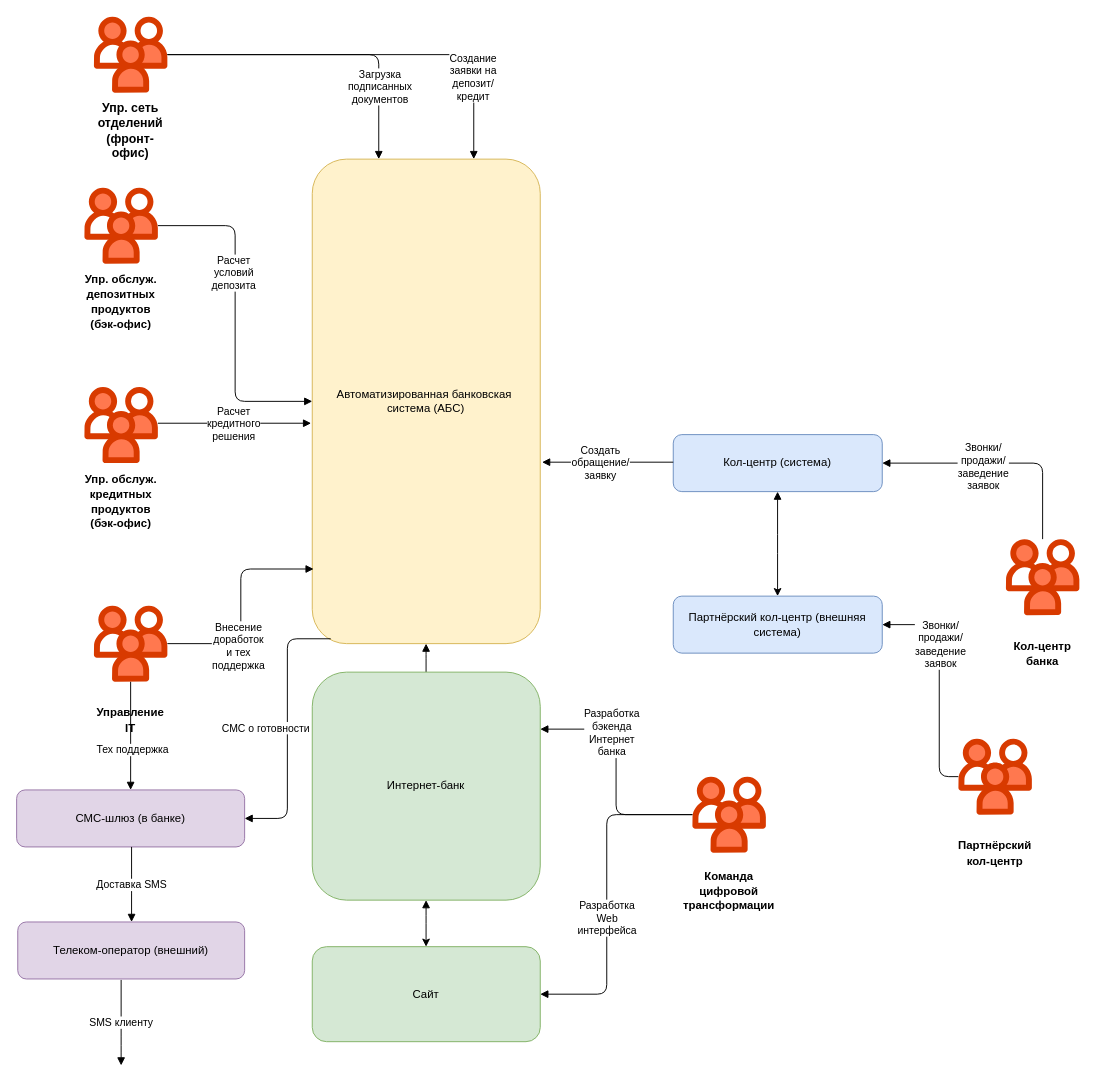
Above: task_1/integration_diagram.drawio in Irbiss555/architecture-standart (draw.io), before the change. Source tidied: cells renumbered, new cells numbered last; positions are measured from the earlier drawing's top-left corner, leaving out a move shared by most shapes. Both pictures are drawn from the tidied source at 95%, with x=0, y=0 at pixel (16, 16).
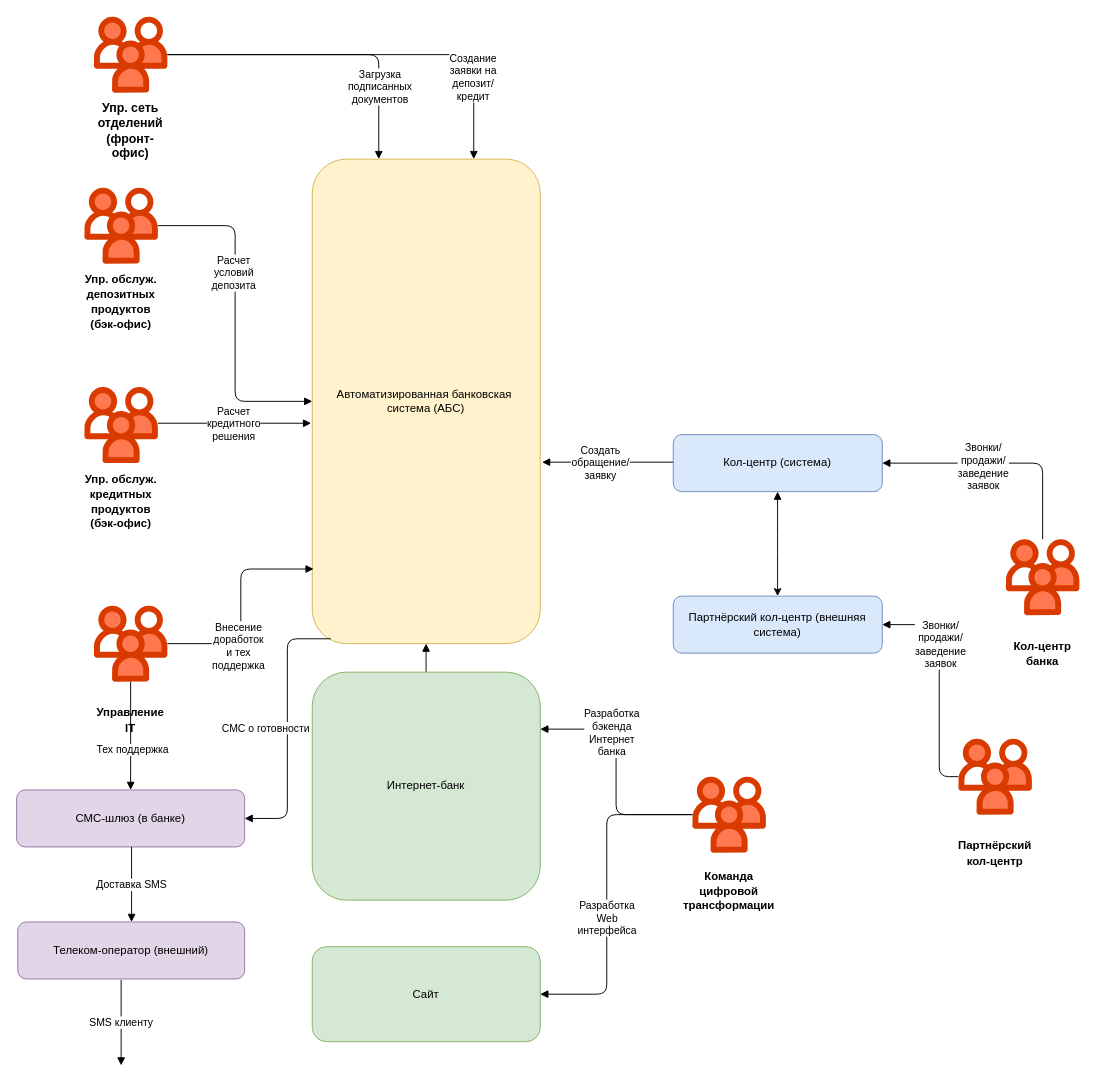
The same page after the edit.

Commit message:
refactor integration diagram

The change refers to these unchanged cells:
```xml
<mxCell id="37" value="Интернет-банк" style="rounded=1;whiteSpace=wrap;html=1;fillColor=#d5e8d4;strokeColor=#82b366;" parent="1" vertex="1">
  <mxGeometry x="311.2" y="690" width="240" height="240" as="geometry" />
</mxCell>
<mxCell id="39" value="Сайт" style="rounded=1;whiteSpace=wrap;html=1;fillColor=#d5e8d4;strokeColor=#82b366;" parent="1" vertex="1">
  <mxGeometry x="311.2" y="979" width="240" height="100" as="geometry" />
</mxCell>
```

Change to the diagram source:
```diff
@@
-    <mxCell id="38" style="edgeStyle=elbowEdgeStyle;shape=connector;rounded=1;jettySize=auto;html=1;strokeColor=default;align=center;verticalAlign=middle;fontFamily=Helvetica;fontSize=11;fontColor=default;labelBackgroundColor=default;endArrow=block;startArrow=classic;startFill=1;" parent="1" edge="1" source="39" target="37">
-      <mxGeometry relative="1" as="geometry" />
-    </mxCell>
```
